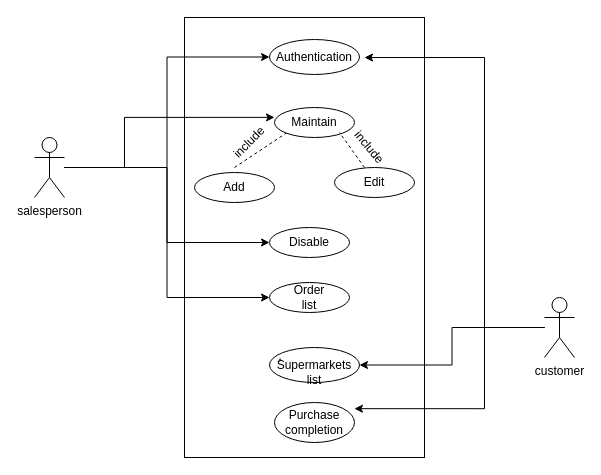
Above: docs/use-case Diagram.drawio in marketplus95/marketplus95 (draw.io), before the change. Source tidied: cells renumbered, new cells numbered last; positions are measured from the earlier drawing's top-left corner, leaving out a move shared by most shapes. Both pictures are drawn from the tidied source at 100%, with x=0, y=0 at pixel (34, 17).
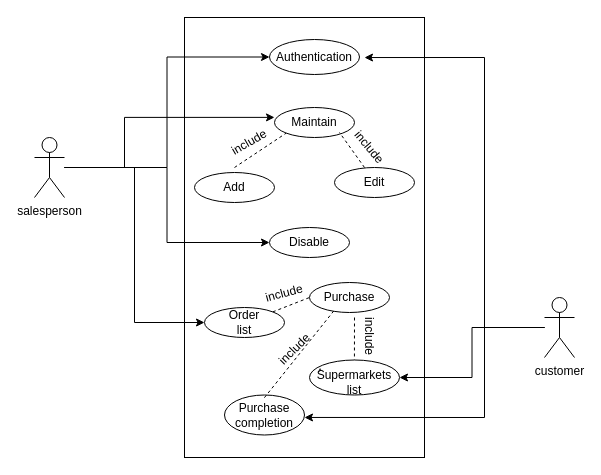
The same page after the edit.

The change refers to these unchanged cells:
```xml
<mxCell id="2" style="rounded=0;whiteSpace=wrap;html=1;" parent="1" vertex="1">
  <mxGeometry x="150" width="240" height="440" as="geometry" />
</mxCell>
<mxCell id="11" value="customer" style="shape=umlActor;verticalLabelPosition=bottom;labelBackgroundColor=#ffffff;verticalAlign=top;html=1;outlineConnect=0;" parent="1" vertex="1">
  <mxGeometry x="510" y="280" width="30" height="60" as="geometry" />
</mxCell>
```

Change to the diagram source:
```diff
@@
+    <mxCell id="10" style="edgeStyle=orthogonalEdgeStyle;rounded=0;jettySize=auto;html=1;entryX=0.75;entryY=0.091;entryDx=0;entryDy=0;entryPerimeter=0;" parent="1" edge="1" source="11" target="2">
+      <mxGeometry relative="1" as="geometry" />
+    </mxCell>
-    <mxCell id="9" style="edgeStyle=orthogonalEdgeStyle;rounded=0;jettySize=auto;html=1;entryX=0.708;entryY=0.889;entryDx=0;entryDy=0;entryPerimeter=0;" parent="1" edge="1" source="11" target="2">
+    <mxCell id="9" style="edgeStyle=orthogonalEdgeStyle;rounded=0;jettySize=auto;html=1;entryX=0.5;entryY=0.909;entryDx=0;entryDy=0;entryPerimeter=0;" parent="1" edge="1" source="11" target="2">
       <mxGeometry relative="1" as="geometry" />
     </mxCell>
-    <mxCell id="10" style="edgeStyle=orthogonalEdgeStyle;rounded=0;jettySize=auto;html=1;entryX=0.75;entryY=0.091;entryDx=0;entryDy=0;entryPerimeter=0;" parent="1" edge="1" source="11" target="2">
-      <mxGeometry relative="1" as="geometry" />
-    </mxCell>
@@
     <mxCell id="20" style="ellipse;whiteSpace=wrap;html=1;" parent="1" vertex="1">
-      <mxGeometry x="235" y="265" width="80" height="30" as="geometry" />
+      <mxGeometry x="170" y="290" width="80" height="30" as="geometry" />
     </mxCell>
     <mxCell id="21" value="Order list" style="text;html=1;strokeColor=none;fillColor=none;align=center;verticalAlign=middle;whiteSpace=wrap;rounded=0;" parent="1" vertex="1">
-      <mxGeometry x="255" y="270" width="40" height="20" as="geometry" />
+      <mxGeometry x="190" y="295" width="40" height="20" as="geometry" />
     </mxCell>
     <mxCell id="22" style="ellipse;whiteSpace=wrap;html=1;" parent="1" vertex="1">
-      <mxGeometry x="235" y="330" width="90" height="35" as="geometry" />
+      <mxGeometry x="275" y="342.5" width="90" height="35" as="geometry" />
     </mxCell>
     <mxCell id="23" value="ُSupermarkets list" style="text;html=1;strokeColor=none;fillColor=none;align=center;verticalAlign=middle;whiteSpace=wrap;rounded=0;" parent="1" vertex="1">
-      <mxGeometry x="260" y="350" width="40" height="10" as="geometry" />
+      <mxGeometry x="300" y="360" width="40" height="10" as="geometry" />
     </mxCell>
     <mxCell id="24" style="ellipse;whiteSpace=wrap;html=1;" parent="1" vertex="1">
-      <mxGeometry x="240" y="385" width="80" height="40" as="geometry" />
+      <mxGeometry x="190" y="377.5" width="80" height="40" as="geometry" />
     </mxCell>
     <mxCell id="25" value="Purchase completion" style="text;html=1;strokeColor=none;fillColor=none;align=center;verticalAlign=middle;whiteSpace=wrap;rounded=0;" parent="1" vertex="1">
-      <mxGeometry x="260" y="395" width="40" height="20" as="geometry" />
+      <mxGeometry x="210" y="387.5" width="40" height="20" as="geometry" />
     </mxCell>
@@
-    <mxCell id="28" value="include" style="text;html=1;strokeColor=none;fillColor=none;align=center;verticalAlign=middle;whiteSpace=wrap;rounded=0;rotation=-45;" parent="1" vertex="1">
+    <mxCell id="28" value="include" style="text;html=1;strokeColor=none;fillColor=none;align=center;verticalAlign=middle;whiteSpace=wrap;rounded=0;rotation=-30;" parent="1" vertex="1">
       <mxGeometry x="195" y="115" width="40" height="20" as="geometry" />
     </mxCell>
@@
+    <mxCell id="31" value="Purchase" style="ellipse;whiteSpace=wrap;html=1;" parent="1" vertex="1">
+      <mxGeometry x="275" y="265" width="80" height="30" as="geometry" />
+    </mxCell>
+    <mxCell id="32" style="endArrow=none;dashed=1;html=1;exitX=0.333;exitY=0.864;exitDx=0;exitDy=0;exitPerimeter=0;" parent="1" edge="1" source="2">
+      <mxGeometry relative="1" as="geometry">
+        <mxPoint x="300" y="292.5" as="targetPoint" />
+      </mxGeometry>
+    </mxCell>
+    <mxCell id="33" style="endArrow=none;dashed=1;html=1;exitX=1;exitY=0;exitDx=0;exitDy=0;entryX=0;entryY=0.5;entryDx=0;entryDy=0;" parent="1" edge="1" source="20" target="31">
+      <mxGeometry relative="1" as="geometry" />
+    </mxCell>
+    <mxCell id="34" style="endArrow=none;dashed=1;html=1;entryX=0.708;entryY=0.778;entryDx=0;entryDy=0;entryPerimeter=0;" parent="1" edge="1" target="2">
+      <mxGeometry relative="1" as="geometry">
+        <mxPoint x="320" y="300" as="sourcePoint" />
+      </mxGeometry>
+    </mxCell>
+    <mxCell id="35" value="include" style="text;html=1;strokeColor=none;fillColor=none;align=center;verticalAlign=middle;whiteSpace=wrap;rounded=0;rotation=-15;" parent="1" vertex="1">
+      <mxGeometry x="235" y="271" width="30" height="10" as="geometry" />
+    </mxCell>
+    <mxCell id="36" value="include" style="text;html=1;strokeColor=none;fillColor=none;align=center;verticalAlign=middle;whiteSpace=wrap;rounded=0;rotation=-45;" parent="1" vertex="1">
+      <mxGeometry x="245" y="326.5" width="30" height="10" as="geometry" />
+    </mxCell>
+    <mxCell id="37" value="include" style="text;html=1;strokeColor=none;fillColor=none;align=center;verticalAlign=middle;whiteSpace=wrap;rounded=0;rotation=90;" parent="1" vertex="1">
+      <mxGeometry x="320" y="314" width="30" height="10" as="geometry" />
+    </mxCell>
```
